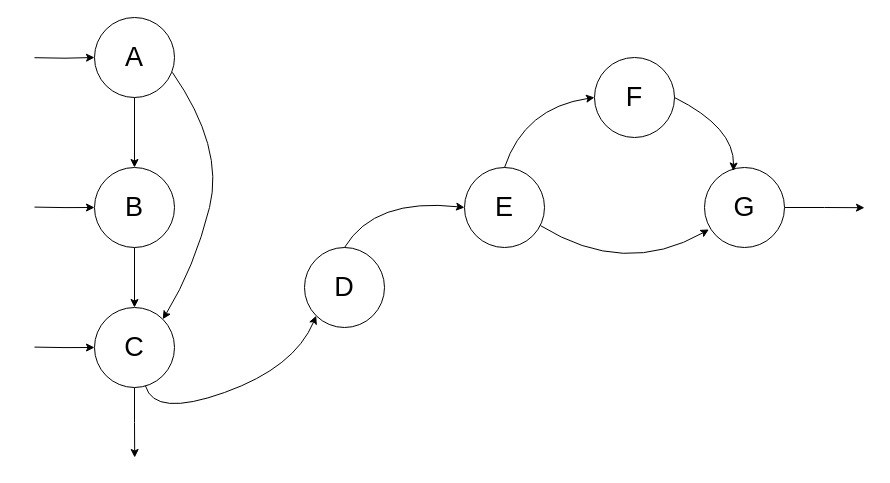
FunkLiu/A-mini-porgram-about-Gaokao keeps this draw.io diagram as 未命名绘图.drawio. Above is the earlier version. Source tidied: cells renumbered, new cells numbered last; positions are measured from the earlier drawing's top-left corner, leaving out a move shared by most shapes. Both pictures are drawn from the tidied source at 100%, with x=0, y=0 at pixel (34, 17).
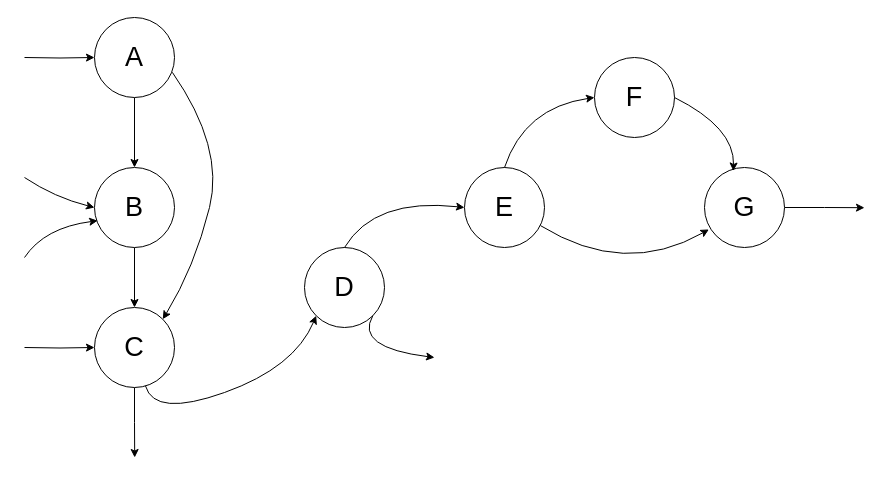
The same diagram, later.

Commit message:
数字解析流图.drawio

Unchanged cells that the change refers to:
```xml
<mxCell id="8" value="&lt;font style=&quot;font-size: 27px;&quot;&gt;C&lt;/font&gt;" style="ellipse;whiteSpace=wrap;html=1;" parent="1" vertex="1">
  <mxGeometry x="60" y="290" width="80" height="80" as="geometry" />
</mxCell>
<mxCell id="9" value="&lt;font style=&quot;font-size: 27px;&quot;&gt;D&lt;/font&gt;" style="ellipse;whiteSpace=wrap;html=1;" parent="1" vertex="1">
  <mxGeometry x="270" y="230" width="80" height="80" as="geometry" />
</mxCell>
<mxCell id="12" value="&lt;font style=&quot;font-size: 27px;&quot;&gt;B&lt;/font&gt;" style="ellipse;whiteSpace=wrap;html=1;" parent="1" vertex="1">
  <mxGeometry x="60" y="150" width="80" height="80" as="geometry" />
</mxCell>
<mxCell id="15" value="&lt;font style=&quot;font-size: 27px;&quot;&gt;A&lt;/font&gt;" style="ellipse;whiteSpace=wrap;html=1;" parent="1" vertex="1">
  <mxGeometry x="60" width="80" height="80" as="geometry" />
</mxCell>
```

The edit, as a diff of the source:
```diff
@@
-    <mxCell id="6" style="edgeStyle=orthogonalEdgeStyle;rounded=0;jettySize=auto;html=1;exitX=0;exitY=0.5;exitDx=0;exitDy=0;entryX=0;entryY=0.5;entryDx=0;entryDy=0;" parent="1" edge="1" target="8">
+    <mxCell id="6" style="edgeStyle=orthogonalEdgeStyle;rounded=0;jettySize=auto;html=1;entryX=0;entryY=0.5;entryDx=0;entryDy=0;" parent="1" edge="1" target="8">
       <mxGeometry relative="1" as="geometry">
-        <mxPoint y="329.6" as="sourcePoint" />
+        <mxPoint x="-10" y="330" as="sourcePoint" />
       </mxGeometry>
     </mxCell>
@@
-    <mxCell id="10" style="edgeStyle=orthogonalEdgeStyle;rounded=0;jettySize=auto;html=1;exitX=0;exitY=0.5;exitDx=0;exitDy=0;entryX=0;entryY=0.5;entryDx=0;entryDy=0;" parent="1" edge="1" target="12">
-      <mxGeometry relative="1" as="geometry">
-        <mxPoint y="189.6" as="sourcePoint" />
-      </mxGeometry>
-    </mxCell>
@@
-    <mxCell id="13" style="edgeStyle=orthogonalEdgeStyle;rounded=0;jettySize=auto;html=1;exitX=0;exitY=0.5;exitDx=0;exitDy=0;entryX=0;entryY=0.5;entryDx=0;entryDy=0;" parent="1" edge="1" target="15">
+    <mxCell id="13" style="edgeStyle=orthogonalEdgeStyle;rounded=0;jettySize=auto;html=1;entryX=0;entryY=0.5;entryDx=0;entryDy=0;" parent="1" edge="1" target="15">
       <mxGeometry relative="1" as="geometry">
-        <mxPoint y="40.2" as="sourcePoint" />
+        <mxPoint x="-10" y="40" as="sourcePoint" />
       </mxGeometry>
     </mxCell>
@@
+    <mxCell id="22" style="curved=1;endArrow=classic;html=1;rounded=0;exitX=1;exitY=1;exitDx=0;exitDy=0;" parent="1" edge="1" source="9">
+      <mxGeometry relative="1" as="geometry">
+        <mxPoint x="400" y="340" as="targetPoint" />
+        <Array as="points">
+          <mxPoint x="320" y="330" />
+        </Array>
+      </mxGeometry>
+    </mxCell>
+    <mxCell id="23" style="curved=1;endArrow=classic;html=1;rounded=0;entryX=0.04;entryY=0.665;entryDx=0;entryDy=0;entryPerimeter=0;" parent="1" edge="1" target="12">
+      <mxGeometry relative="1" as="geometry">
+        <mxPoint x="-10" y="240" as="sourcePoint" />
+        <Array as="points">
+          <mxPoint x="10" y="210" />
+        </Array>
+      </mxGeometry>
+    </mxCell>
+    <mxCell id="24" style="curved=1;endArrow=classic;html=1;rounded=0;entryX=0;entryY=0.5;entryDx=0;entryDy=0;" parent="1" edge="1" target="12">
+      <mxGeometry relative="1" as="geometry">
+        <mxPoint x="-10" y="160" as="sourcePoint" />
+        <Array as="points">
+          <mxPoint x="20" y="180" />
+        </Array>
+      </mxGeometry>
+    </mxCell>
```
